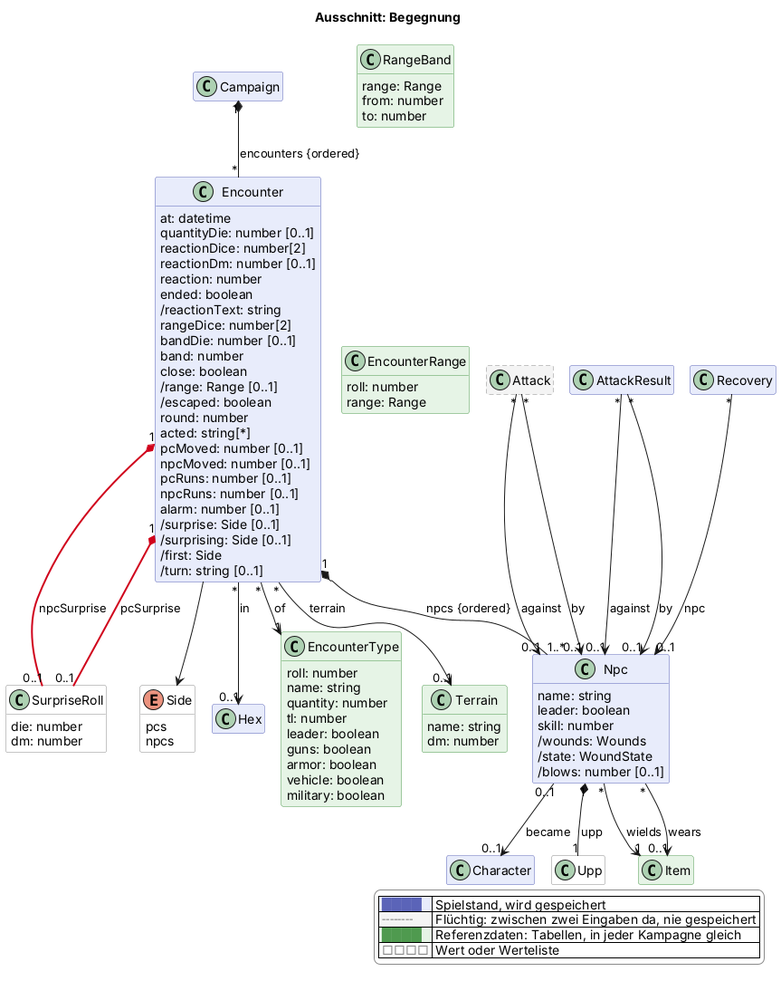
Earlier version of the PlantUML export docs/views/begegnung.png (scuzzar/SRE).
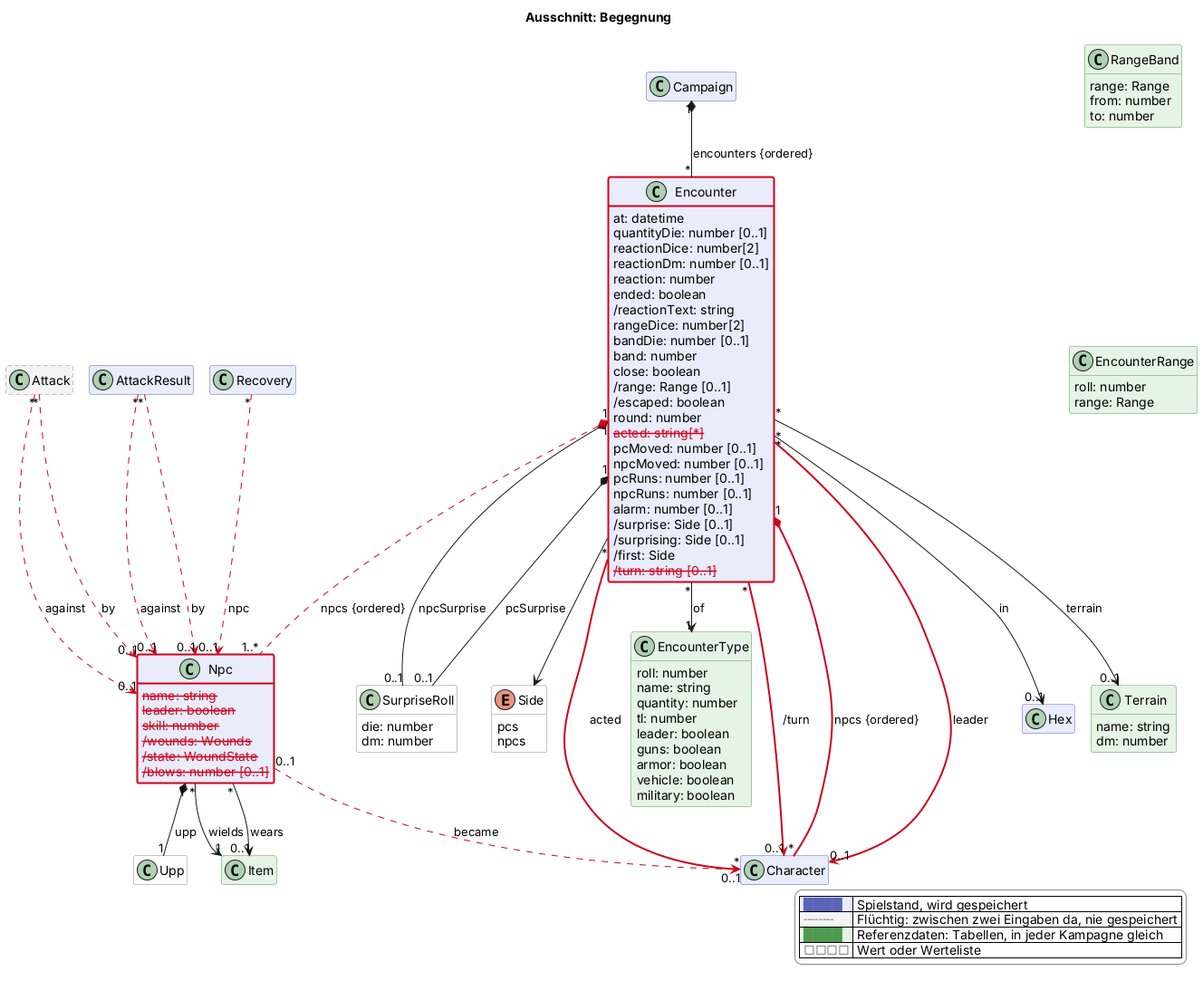
The same file after the commit.

What changed in the source:
```diff
@@ -25,6 +25,12 @@
 !function $newArrow($c)
 !if $marked($c)
 !return "[#d0021b,bold]"
+!endif
+!return ""
+!endfunction
+!function $goneArrow($c)
+!if $marked($c)
+!return "[#d0021b,dashed]"
 !endif
 !return ""
 !endfunction
@@ -86,7 +92,7 @@
     /range: Range [0..1]
     /escaped: boolean
     round: number
-    acted: string[*]
+    $gone("2026-11-08c", "acted: string[*]")
     pcMoved: number [0..1]
     npcMoved: number [0..1]
     pcRuns: number [0..1]
@@ -95,7 +101,7 @@
     /surprise: Side [0..1]
     /surprising: Side [0..1]
     /first: Side
-    /turn: string [0..1]
+    $gone("2026-11-08c", "/turn: string [0..1]")
   }
   class SurpriseRoll <<value>> $begegnung {
     die: number
@@ -119,12 +125,12 @@
     to: number
   }
   class Npc $begegnung {
-    name: string
-    leader: boolean
-    skill: number
-    /wounds: Wounds
-    /state: WoundState
-    /blows: number [0..1]
+    $gone("2026-11-08c", "name: string")
+    $gone("2026-11-08c", "leader: boolean")
+    $gone("2026-11-08c", "skill: number")
+    $gone("2026-11-08c", "/wounds: Wounds")
+    $gone("2026-11-08c", "/state: WoundState")
+    $gone("2026-11-08c", "/blows: number [0..1]")
   }
   class EncounterType <<reference>> $begegnung {
     roll: number
@@ -146,28 +152,32 @@
 
 
 
-Recovery "*" --> "0..1" Npc : npc
+Recovery "*" -$goneArrow("2026-11-08c")-> "0..1" Npc : npc
 
 
-Attack "*" --> "0..1" Npc : by
-Attack "*" --> "0..1" Npc : against
-AttackResult "*" --> "0..1" Npc : by
-AttackResult "*" --> "0..1" Npc : against
+Attack "*" -$goneArrow("2026-11-08c")-> "0..1" Npc : by
+Attack "*" -$goneArrow("2026-11-08c")-> "0..1" Npc : against
+AttackResult "*" -$goneArrow("2026-11-08c")-> "0..1" Npc : by
+AttackResult "*" -$goneArrow("2026-11-08c")-> "0..1" Npc : against
 
 Campaign "1" *-- "*" Encounter : encounters {ordered}
 Encounter "*" --> "1" EncounterType : of
 Encounter "*" --> "0..1" Terrain : terrain
-Encounter "1" *-$newArrow("2026-11-08")- "0..1" SurpriseRoll : pcSurprise
-Encounter "1" *-$newArrow("2026-11-08")- "0..1" SurpriseRoll : npcSurprise
+Encounter "1" *-- "0..1" SurpriseRoll : pcSurprise
+Encounter "1" *-- "0..1" SurpriseRoll : npcSurprise
 Encounter --> Side
 EncounterRange -[hidden]- Terrain
 RangeBand -[hidden]- EncounterRange
 Encounter "*" --> "0..1" Hex : in
-Encounter "1" *-- "1..*" Npc : npcs {ordered}
+Encounter "1" *-$goneArrow("2026-11-08c")- "1..*" Npc : npcs {ordered}
+Encounter "1" *-$newArrow("2026-11-08c")- "*" Character : npcs {ordered}
+Encounter "*" -$newArrow("2026-11-08c")-> "0..1" Character : leader
+Encounter "*" -$newArrow("2026-11-08c")-> "*" Character : acted
+Encounter "*" -$newArrow("2026-11-08c")-> "0..1" Character : /turn
 Npc "1" *-- "1" Upp : upp
 Npc "*" --> "1" Item : wields
 Npc "*" --> "0..1" Item : wears
-Npc "0..1" --> "0..1" Character : became
+Npc "0..1" -$goneArrow("2026-11-08c")-> "0..1" Character : became
 
 
 
@@ -177,4 +187,6 @@
   |<#e6f4e6> <color:#4f9a4f>████</color> | Referenzdaten: Tabellen, in jeder Kampagne gleich |
   |<#ffffff> <color:#8a8a8a>□□□□</color> | Wert oder Werteliste |
 endlegend
+class Encounter #line:d0021b;line.bold
+class Npc #line:d0021b;line.bold
 @enduml
```
